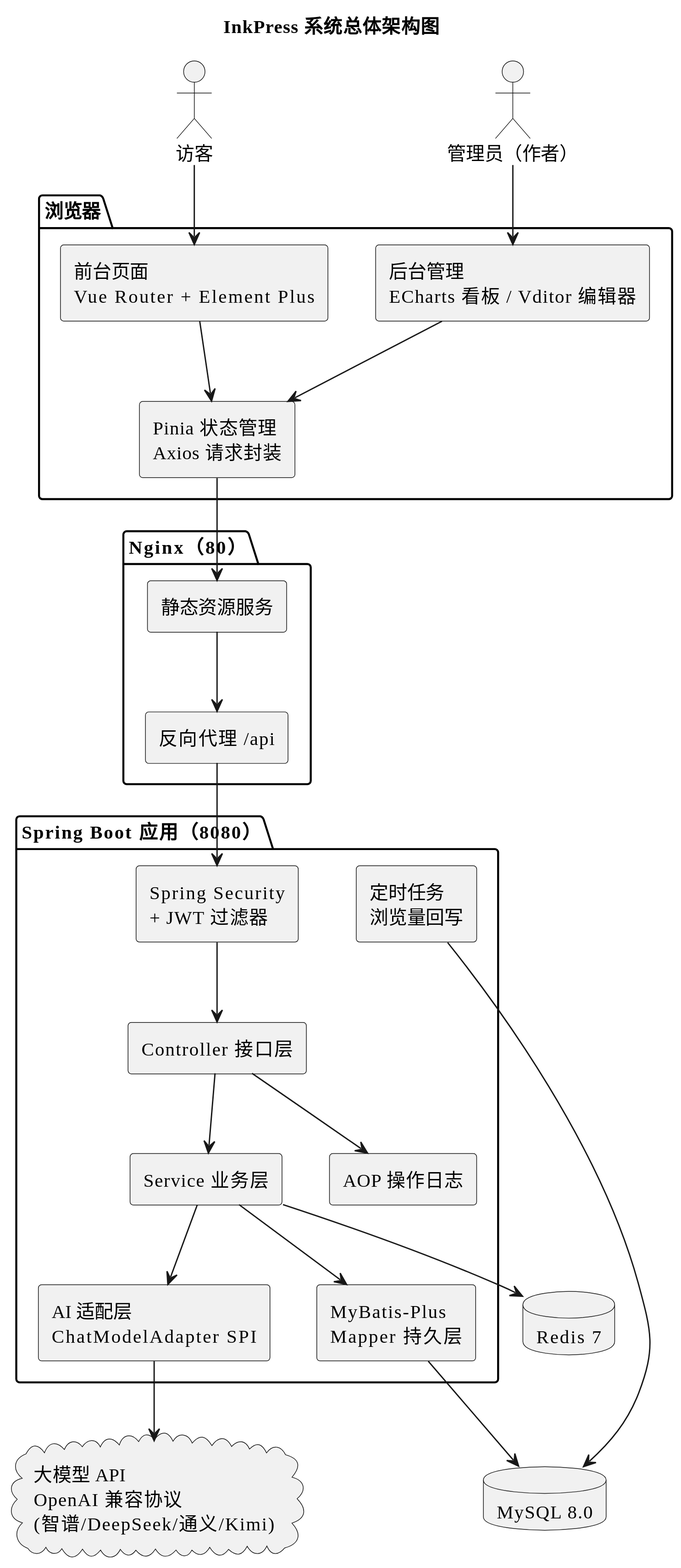
lggyx/inkpress2agent keeps this PlantUML diagram as docs/diagrams/svg/01-系统架构图.svg. Above is the earlier version.
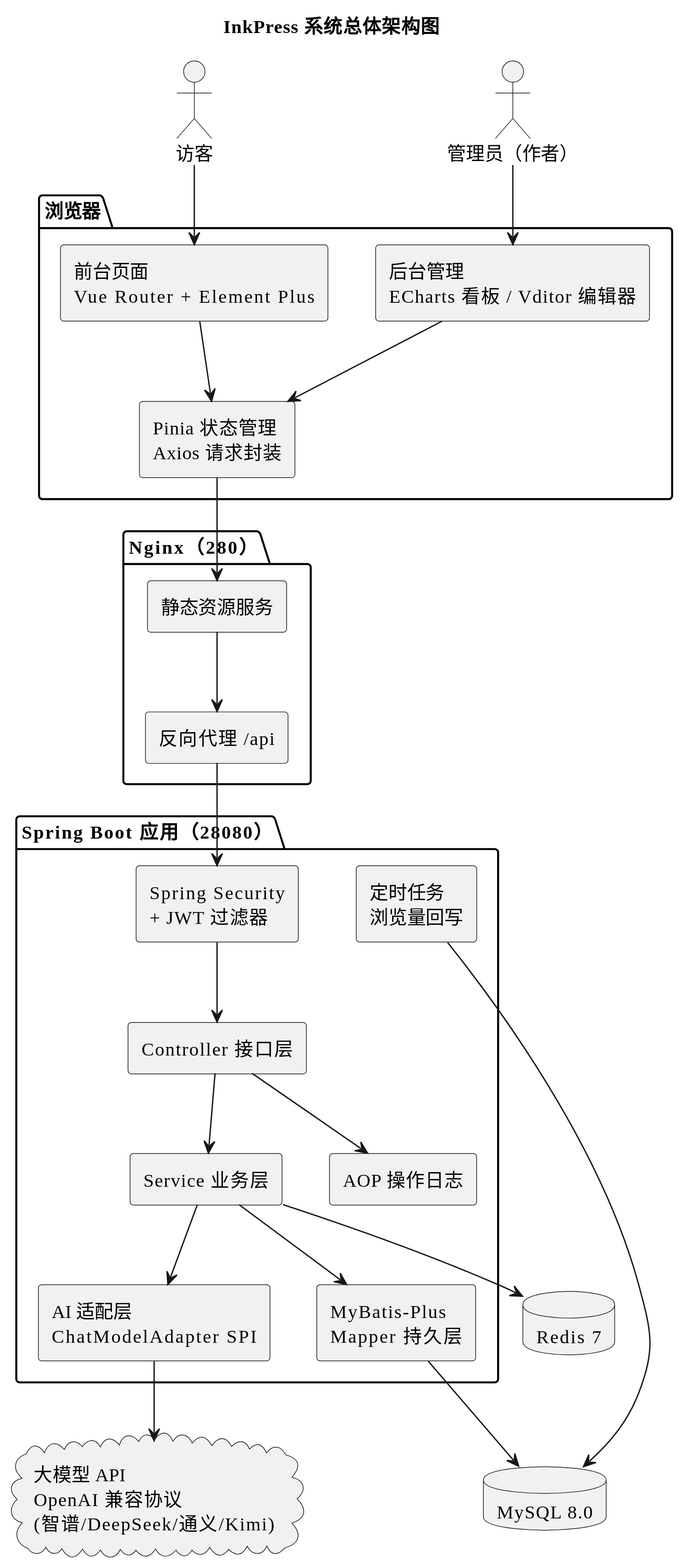
After the change.

The edit, as a diff of the source:
```diff
@@ -14,12 +14,12 @@
   [Pinia 状态管理\nAxios 请求封装] as store
 }
 
-package "Nginx（80）" {
+package "Nginx（280）" {
   [静态资源服务] as nginx
   [反向代理 /api] as proxy
 }
 
-package "Spring Boot 应用（8080）" {
+package "Spring Boot 应用（28080）" {
   [Controller 接口层] as ctrl
   [Service 业务层] as svc
   [Spring Security\n+ JWT 过滤器] as sec
```
